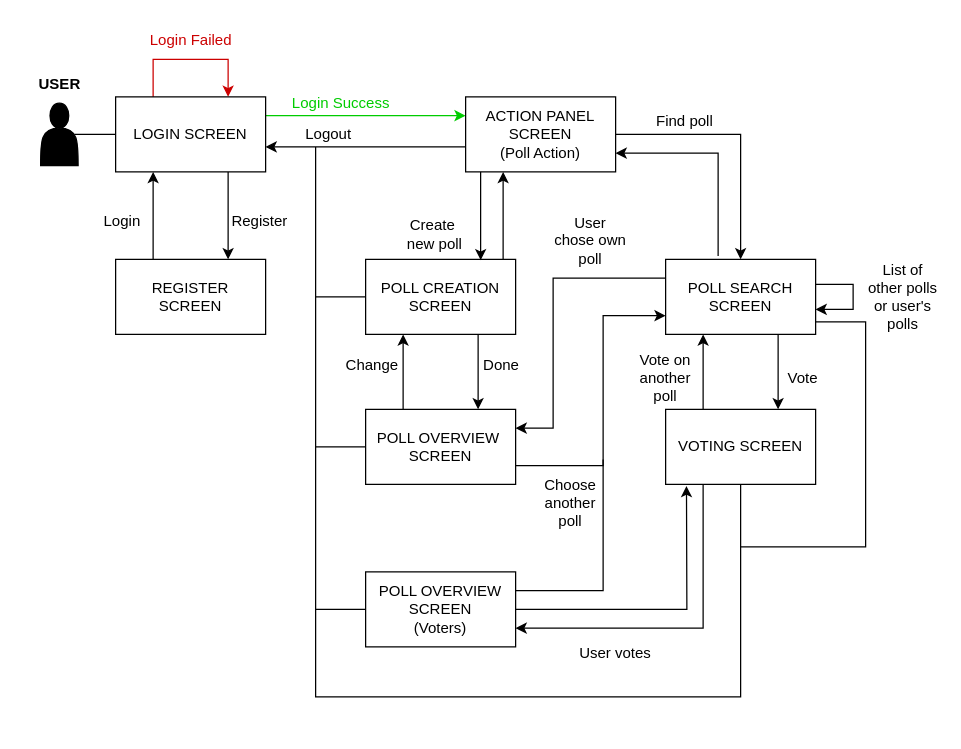
The draw.io diagram Assignments/AssignmentA/ApplicationFlowDiagrams/Application_Flow_Diagram_User.drawio in LisaEliassen/DAT250_Project, before the edit. Source tidied: cells renumbered, new cells numbered last; positions are measured from the earlier drawing's top-left corner, leaving out a move shared by most shapes. Both pictures are drawn from the tidied source at 125%, with x=0, y=0 at pixel (21, 21).
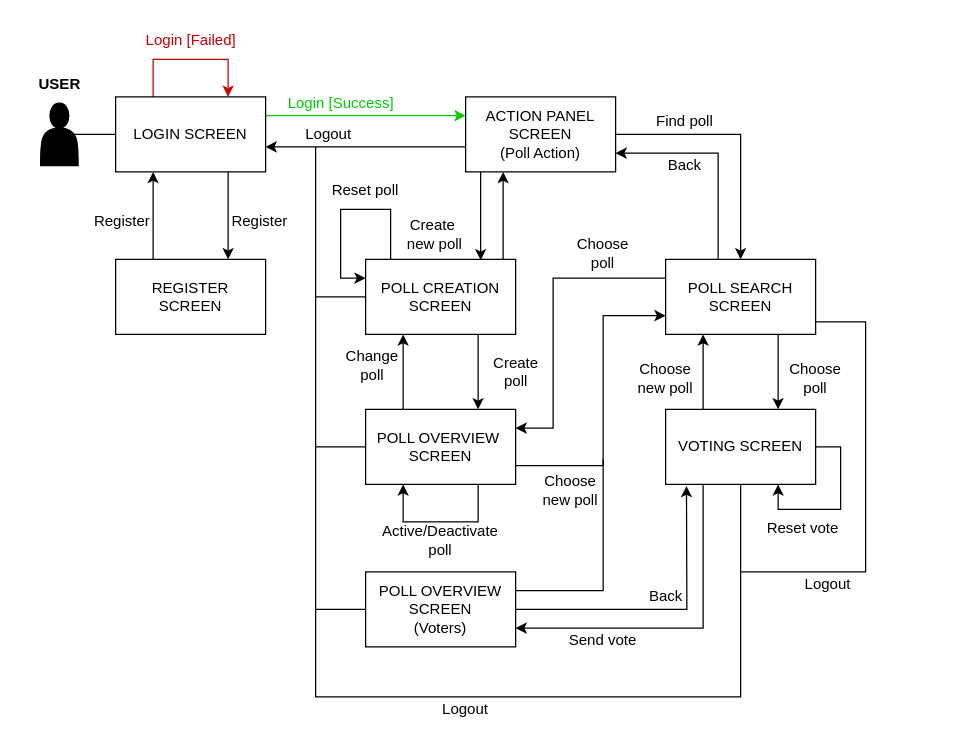
The same page after the edit.

Commit message (it also covers changes not shown here):
Updated application flow diagrams.

The change refers to these unchanged cells:
```xml
<mxCell id="9" value="ACTION PANEL&lt;br&gt;SCREEN&lt;br&gt;(Poll Action)" style="rounded=0;whiteSpace=wrap;html=1;strokeWidth=1;" parent="1" vertex="1">
  <mxGeometry x="355" y="60" width="120" height="60" as="geometry" />
</mxCell>
<mxCell id="19" value="POLL OVERVIEW&amp;nbsp;&lt;br&gt;SCREEN" style="rounded=0;whiteSpace=wrap;html=1;" parent="1" vertex="1">
  <mxGeometry x="275" y="310" width="120" height="60" as="geometry" />
</mxCell>
<mxCell id="23" value="POLL CREATION&lt;br&gt;SCREEN" style="rounded=0;whiteSpace=wrap;html=1;strokeWidth=1;fontColor=#000000;fillColor=default;" parent="1" vertex="1">
  <mxGeometry x="275" y="190" width="120" height="60" as="geometry" />
</mxCell>
<mxCell id="24" value="VOTING SCREEN" style="rounded=0;whiteSpace=wrap;html=1;" parent="1" vertex="1">
  <mxGeometry x="515" y="310" width="120" height="60" as="geometry" />
</mxCell>
<mxCell id="25" value="POLL SEARCH&lt;br&gt;SCREEN" style="rounded=0;whiteSpace=wrap;html=1;" parent="1" vertex="1">
  <mxGeometry x="515" y="190" width="120" height="60" as="geometry" />
</mxCell>
```

Change to the diagram source:
```diff
@@
-    <mxCell id="10" value="&lt;font color=&quot;#cc0000&quot;&gt;Login Failed&lt;/font&gt;" style="text;html=1;align=center;verticalAlign=middle;strokeColor=none;fillColor=none;" parent="1" vertex="1">
-      <mxGeometry x="90" width="90" height="30" as="geometry" />
+    <mxCell id="10" value="&lt;font color=&quot;#cc0000&quot;&gt;Login [Failed]&lt;/font&gt;" style="text;html=1;align=center;verticalAlign=middle;strokeColor=none;fillColor=none;" parent="1" vertex="1">
+      <mxGeometry x="85" width="100" height="30" as="geometry" />
     </mxCell>
@@
-    <mxCell id="13" value="&lt;font color=&quot;#00cc00&quot;&gt;Login Success&lt;/font&gt;" style="text;html=1;align=center;verticalAlign=middle;strokeColor=none;fillColor=none;fontColor=#CC0000;" parent="1" vertex="1">
-      <mxGeometry x="205" y="50" width="100" height="30" as="geometry" />
+    <mxCell id="13" value="&lt;font color=&quot;#00cc00&quot;&gt;Login [Success]&lt;/font&gt;" style="text;html=1;align=center;verticalAlign=middle;strokeColor=none;fillColor=none;fontColor=#CC0000;" parent="1" vertex="1">
+      <mxGeometry x="200" y="50" width="110" height="30" as="geometry" />
     </mxCell>
@@
-    <mxCell id="16" value="Login" style="text;html=1;align=center;verticalAlign=middle;strokeColor=none;fillColor=none;fontColor=#000000;" parent="1" vertex="1">
-      <mxGeometry x="55" y="145" width="50" height="30" as="geometry" />
+    <mxCell id="16" value="Register" style="text;html=1;align=center;verticalAlign=middle;strokeColor=none;fillColor=none;fontColor=#000000;" parent="1" vertex="1">
+      <mxGeometry x="45" y="145" width="70" height="30" as="geometry" />
     </mxCell>
@@
-    <mxCell id="20" value="Done&amp;nbsp;" style="text;html=1;align=center;verticalAlign=middle;strokeColor=none;fillColor=none;" parent="1" vertex="1">
-      <mxGeometry x="355" y="260" width="60" height="30" as="geometry" />
+    <mxCell id="20" value="Create &lt;br&gt;poll" style="text;html=1;align=center;verticalAlign=middle;strokeColor=none;fillColor=none;" parent="1" vertex="1">
+      <mxGeometry x="365" y="260" width="60" height="40" as="geometry" />
     </mxCell>
-    <mxCell id="21" value="Change" style="text;html=1;align=center;verticalAlign=middle;strokeColor=none;fillColor=none;" parent="1" vertex="1">
-      <mxGeometry x="245" y="260" width="70" height="30" as="geometry" />
+    <mxCell id="21" value="Change&lt;br&gt;poll" style="text;html=1;align=center;verticalAlign=middle;strokeColor=none;fillColor=none;" parent="1" vertex="1">
+      <mxGeometry x="245" y="255" width="70" height="40" as="geometry" />
     </mxCell>
@@
-    <mxCell id="26" style="endArrow=classic;html=1;rounded=0;" parent="1" edge="1">
-      <mxGeometry relative="1" as="geometry">
-        <mxPoint x="635" y="210" as="sourcePoint" />
-        <mxPoint x="635" y="230" as="targetPoint" />
-        <Array as="points">
-          <mxPoint x="665" y="210" />
-          <mxPoint x="665" y="230" />
-        </Array>
-      </mxGeometry>
-    </mxCell>
-    <mxCell id="27" value="List of other polls or user's polls" style="text;html=1;strokeColor=none;fillColor=none;align=center;verticalAlign=middle;whiteSpace=wrap;rounded=0;" parent="1" vertex="1">
-      <mxGeometry x="675" y="205" width="60" height="30" as="geometry" />
-    </mxCell>
@@
-    <mxCell id="33" value="Vote" style="text;html=1;strokeColor=none;fillColor=none;align=center;verticalAlign=middle;whiteSpace=wrap;rounded=0;" parent="1" vertex="1">
-      <mxGeometry x="585" y="270" width="80" height="30" as="geometry" />
+    <mxCell id="33" value="Choose &lt;br&gt;poll" style="text;html=1;strokeColor=none;fillColor=none;align=center;verticalAlign=middle;whiteSpace=wrap;rounded=0;" parent="1" vertex="1">
+      <mxGeometry x="595" y="270" width="80" height="30" as="geometry" />
     </mxCell>
-    <mxCell id="34" value="Vote on another poll" style="text;html=1;strokeColor=none;fillColor=none;align=center;verticalAlign=middle;whiteSpace=wrap;rounded=0;" parent="1" vertex="1">
+    <mxCell id="34" value="Choose new poll" style="text;html=1;strokeColor=none;fillColor=none;align=center;verticalAlign=middle;whiteSpace=wrap;rounded=0;" parent="1" vertex="1">
       <mxGeometry x="485" y="270" width="60" height="30" as="geometry" />
     </mxCell>
@@
-    <mxCell id="38" value="User chose own poll" style="text;html=1;strokeColor=none;fillColor=none;align=center;verticalAlign=middle;whiteSpace=wrap;rounded=0;" parent="1" vertex="1">
-      <mxGeometry x="425" y="160" width="60" height="30" as="geometry" />
+    <mxCell id="38" value="Choose poll" style="text;html=1;strokeColor=none;fillColor=none;align=center;verticalAlign=middle;whiteSpace=wrap;rounded=0;" parent="1" vertex="1">
+      <mxGeometry x="435" y="170" width="60" height="30" as="geometry" />
     </mxCell>
-    <mxCell id="39" value="Choose another poll" style="text;html=1;strokeColor=none;fillColor=none;align=center;verticalAlign=middle;whiteSpace=wrap;rounded=0;" parent="1" vertex="1">
-      <mxGeometry x="409" y="370" width="60" height="30" as="geometry" />
+    <mxCell id="39" value="Choose new poll" style="text;html=1;strokeColor=none;fillColor=none;align=center;verticalAlign=middle;whiteSpace=wrap;rounded=0;" parent="1" vertex="1">
+      <mxGeometry x="409" y="360" width="60" height="30" as="geometry" />
     </mxCell>
@@
     <mxCell id="41" style="endArrow=none;html=1;rounded=0;" parent="1" edge="1">
       <mxGeometry relative="1" as="geometry">
-        <mxPoint x="575" y="420" as="sourcePoint" />
+        <mxPoint x="575" y="440" as="sourcePoint" />
         <mxPoint x="635" y="240" as="targetPoint" />
         <Array as="points">
-          <mxPoint x="675" y="420" />
+          <mxPoint x="675" y="440" />
           <mxPoint x="675" y="240" />
         </Array>
       </mxGeometry>
     </mxCell>
@@
-    <mxCell id="46" value="User votes" style="text;html=1;strokeColor=none;fillColor=none;align=center;verticalAlign=middle;whiteSpace=wrap;rounded=0;" parent="1" vertex="1">
-      <mxGeometry x="445" y="490" width="60" height="30" as="geometry" />
+    <mxCell id="46" value="Send vote" style="text;html=1;strokeColor=none;fillColor=none;align=center;verticalAlign=middle;whiteSpace=wrap;rounded=0;" parent="1" vertex="1">
+      <mxGeometry x="435" y="490" width="60" height="10" as="geometry" />
     </mxCell>
@@
-    <mxCell id="50" style="endArrow=classic;html=1;rounded=0;entryX=1;entryY=0.75;entryDx=0;entryDy=0;exitX=0.35;exitY=-0.044;exitDx=0;exitDy=0;exitPerimeter=0;" parent="1" edge="1" source="25" target="9">
+    <mxCell id="50" style="endArrow=classic;html=1;rounded=0;entryX=1;entryY=0.75;entryDx=0;entryDy=0;" parent="1" edge="1" target="9">
       <mxGeometry relative="1" as="geometry">
+        <mxPoint x="557" y="190" as="sourcePoint" />
         <Array as="points">
           <mxPoint x="557" y="105" />
         </Array>
       </mxGeometry>
     </mxCell>
@@
+    <mxCell id="52" style="endArrow=classic;html=1;rounded=0;entryX=0;entryY=0.25;entryDx=0;entryDy=0;" parent="1" edge="1" target="23">
+      <mxGeometry relative="1" as="geometry">
+        <mxPoint x="295" y="190" as="sourcePoint" />
+        <Array as="points">
+          <mxPoint x="295" y="150" />
+          <mxPoint x="255" y="150" />
+          <mxPoint x="255" y="205" />
+        </Array>
+      </mxGeometry>
+    </mxCell>
+    <mxCell id="53" value="Reset poll" style="text;html=1;strokeColor=none;fillColor=none;align=center;verticalAlign=middle;whiteSpace=wrap;rounded=0;" parent="1" vertex="1">
+      <mxGeometry x="245" y="120" width="60" height="30" as="geometry" />
+    </mxCell>
+    <mxCell id="54" value="Logout" style="text;html=1;strokeColor=none;fillColor=none;align=center;verticalAlign=middle;whiteSpace=wrap;rounded=0;" parent="1" vertex="1">
+      <mxGeometry x="615" y="440" width="60" height="20" as="geometry" />
+    </mxCell>
+    <mxCell id="55" value="Logout" style="text;html=1;strokeColor=none;fillColor=none;align=center;verticalAlign=middle;whiteSpace=wrap;rounded=0;" parent="1" vertex="1">
+      <mxGeometry x="325" y="535" width="60" height="30" as="geometry" />
+    </mxCell>
+    <mxCell id="56" style="endArrow=classic;html=1;rounded=0;exitX=1;exitY=0.5;exitDx=0;exitDy=0;entryX=0.75;entryY=1;entryDx=0;entryDy=0;" parent="1" edge="1" source="24" target="24">
+      <mxGeometry relative="1" as="geometry">
+        <Array as="points">
+          <mxPoint x="655" y="340" />
+          <mxPoint x="655" y="390" />
+          <mxPoint x="605" y="390" />
+        </Array>
+      </mxGeometry>
+    </mxCell>
+    <mxCell id="57" value="Reset vote" style="text;html=1;strokeColor=none;fillColor=none;align=center;verticalAlign=middle;whiteSpace=wrap;rounded=0;" parent="1" vertex="1">
+      <mxGeometry x="595" y="390" width="60" height="30" as="geometry" />
+    </mxCell>
+    <mxCell id="58" value="Active/Deactivate&lt;br&gt;poll" style="text;html=1;strokeColor=none;fillColor=none;align=center;verticalAlign=middle;whiteSpace=wrap;rounded=0;" parent="1" vertex="1">
+      <mxGeometry x="280" y="400" width="110" height="30" as="geometry" />
+    </mxCell>
+    <mxCell id="59" style="endArrow=classic;html=1;rounded=0;entryX=0.25;entryY=1;entryDx=0;entryDy=0;exitX=0.75;exitY=1;exitDx=0;exitDy=0;" parent="1" edge="1" source="19" target="19">
+      <mxGeometry relative="1" as="geometry">
+        <Array as="points">
+          <mxPoint x="365" y="400" />
+          <mxPoint x="305" y="400" />
+        </Array>
+      </mxGeometry>
+    </mxCell>
+    <mxCell id="60" value="Back" style="text;html=1;strokeColor=none;fillColor=none;align=center;verticalAlign=middle;whiteSpace=wrap;rounded=0;" parent="1" vertex="1">
+      <mxGeometry x="512.5" y="105" width="35" height="20" as="geometry" />
+    </mxCell>
+    <mxCell id="61" value="Back" style="text;html=1;strokeColor=none;fillColor=none;align=center;verticalAlign=middle;whiteSpace=wrap;rounded=0;" parent="1" vertex="1">
+      <mxGeometry x="497.5" y="450" width="35" height="20" as="geometry" />
+    </mxCell>
```
